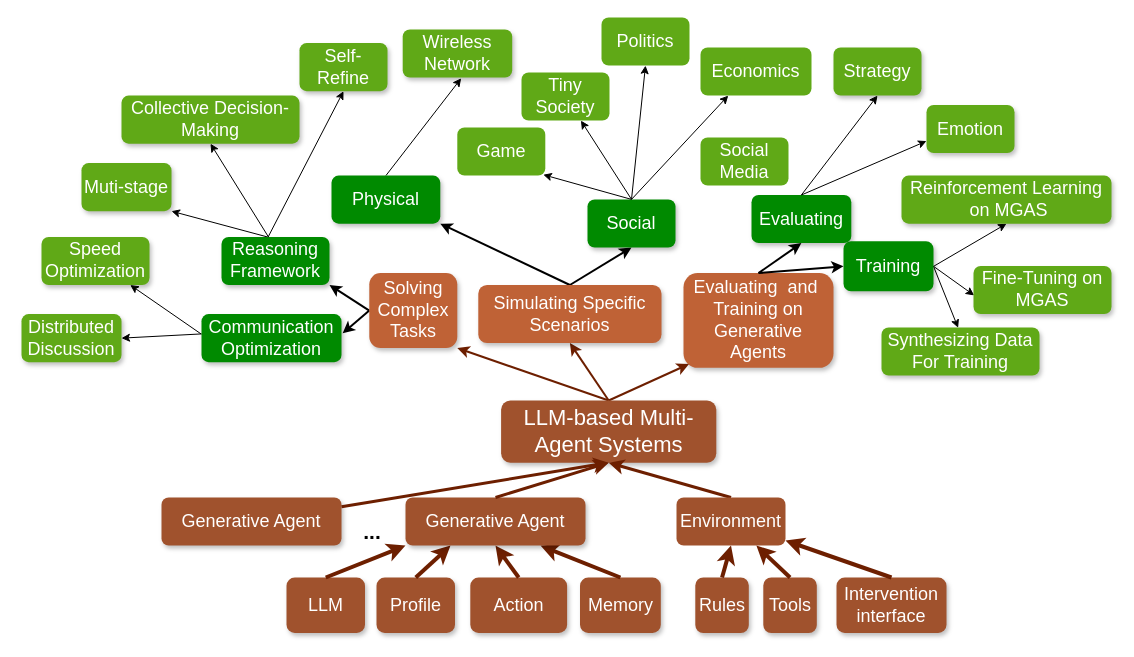
Above: page "tree" (1 of 2) of mgas.drawio in bianhua-12/Multi-generative_Agent_System_survey (draw.io), before the change. Source tidied: cells renumbered, new cells numbered last; positions are measured from the earlier drawing's top-left corner, leaving out a move shared by most shapes. Both pictures are drawn from the tidied source at 100%, with x=0, y=0 at pixel (21, 17).
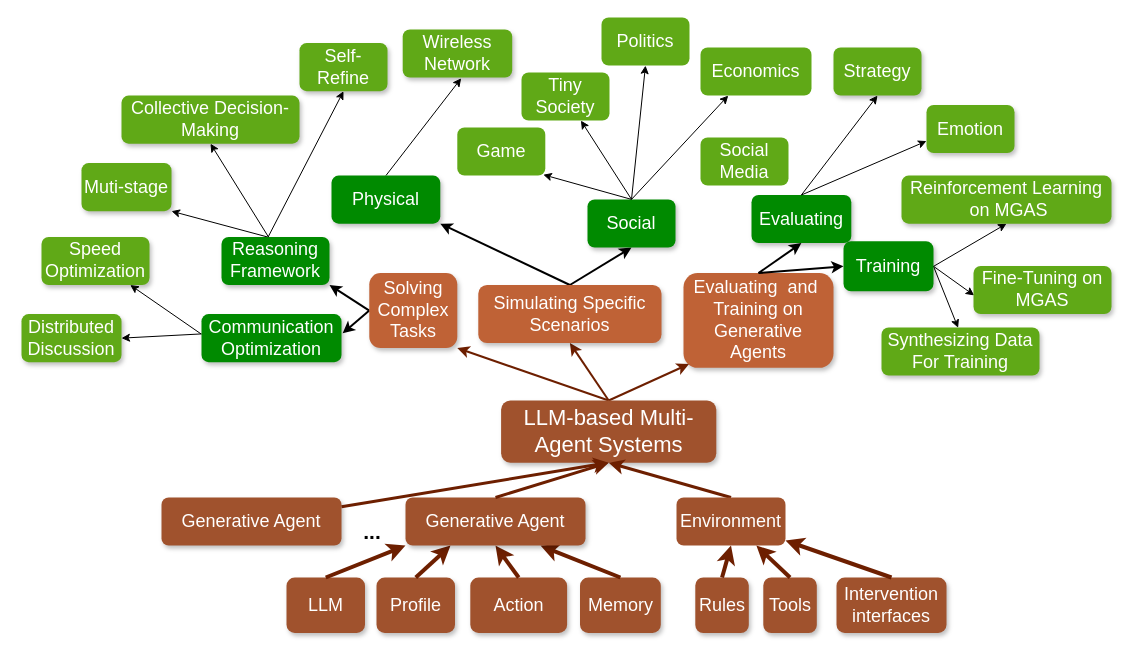
After the change.

Change to the diagram source:
```diff
@@
-    <mxCell id="67" value="Intervention interface" style="rounded=1;whiteSpace=wrap;html=1;fillColor=#a0522d;fontColor=#ffffff;strokeColor=none;fontSize=18;textShadow=0;glass=0;shadow=1;" parent="1" vertex="1">
+    <mxCell id="67" value="Intervention interfaces" style="rounded=1;whiteSpace=wrap;html=1;fillColor=#a0522d;fontColor=#ffffff;strokeColor=none;fontSize=18;textShadow=0;glass=0;shadow=1;" parent="1" vertex="1">
       <mxGeometry x="815" y="560" width="110" height="55.5" as="geometry" />
     </mxCell>
```
